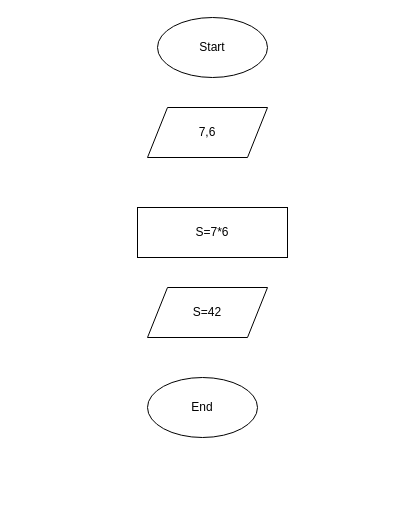
Earlier version of the draw.io diagram page "Page-5" (5 of 5) of Untitled Diagram.drawio (RaminIskhanov/First). Source tidied: cells renumbered, new cells numbered last; positions are measured from the earlier drawing's top-left corner, leaving out a move shared by most shapes. Both pictures are drawn from the tidied source at 100%, with x=0, y=0 at pixel (137, 17).
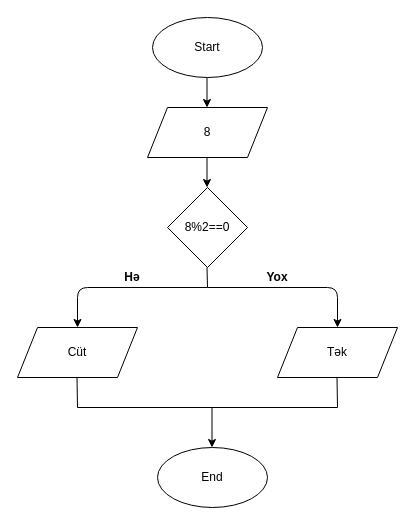
Above is the later version.

What changed in the source:
```diff
@@
     <mxCell id="2" value="Start" style="ellipse;whiteSpace=wrap;html=1;" parent="1" vertex="1">
-      <mxGeometry x="20" width="110" height="60" as="geometry" />
+      <mxGeometry x="15" width="110" height="60" as="geometry" />
     </mxCell>
-    <mxCell id="3" value="7,6" style="shape=parallelogram;perimeter=parallelogramPerimeter;whiteSpace=wrap;html=1;fixedSize=1;" parent="1" vertex="1">
+    <mxCell id="3" value="8" style="shape=parallelogram;perimeter=parallelogramPerimeter;whiteSpace=wrap;html=1;fixedSize=1;" parent="1" vertex="1">
       <mxGeometry x="10" y="90" width="120" height="50" as="geometry" />
     </mxCell>
-    <mxCell id="4" value="S=7*6" style="rounded=0;whiteSpace=wrap;html=1;" parent="1" vertex="1">
-      <mxGeometry y="190" width="150" height="50" as="geometry" />
-    </mxCell>
-    <mxCell id="5" value="S=42" style="shape=parallelogram;perimeter=parallelogramPerimeter;whiteSpace=wrap;html=1;fixedSize=1;" parent="1" vertex="1">
-      <mxGeometry x="10" y="270" width="120" height="50" as="geometry" />
+    <mxCell id="5" value="Tək" style="shape=parallelogram;perimeter=parallelogramPerimeter;whiteSpace=wrap;html=1;fixedSize=1;" parent="1" vertex="1">
+      <mxGeometry x="140" y="310" width="120" height="50" as="geometry" />
     </mxCell>
     <mxCell id="6" value="End" style="ellipse;whiteSpace=wrap;html=1;" parent="1" vertex="1">
-      <mxGeometry x="10" y="360" width="110" height="60" as="geometry" />
+      <mxGeometry x="20" y="430" width="110" height="60" as="geometry" />
     </mxCell>
+    <mxCell id="7" value="8%2==0" style="rhombus;whiteSpace=wrap;html=1;" parent="1" vertex="1">
+      <mxGeometry x="30" y="170" width="80" height="80" as="geometry" />
+    </mxCell>
+    <mxCell id="8" style="endArrow=none;html=1;" parent="1" edge="1">
+      <mxGeometry relative="1" as="geometry">
+        <mxPoint x="70" y="270" as="sourcePoint" />
+        <mxPoint x="69.5" y="250" as="targetPoint" />
+      </mxGeometry>
+    </mxCell>
+    <mxCell id="9" value="Cüt" style="shape=parallelogram;perimeter=parallelogramPerimeter;whiteSpace=wrap;html=1;fixedSize=1;" parent="1" vertex="1">
+      <mxGeometry x="-120" y="310" width="120" height="50" as="geometry" />
+    </mxCell>
+    <mxCell id="10" style="endArrow=classic;html=1;" parent="1" edge="1">
+      <mxGeometry relative="1" as="geometry">
+        <mxPoint x="70" y="270" as="sourcePoint" />
+        <mxPoint x="-60" y="310" as="targetPoint" />
+        <Array as="points">
+          <mxPoint x="-60" y="270" />
+        </Array>
+      </mxGeometry>
+    </mxCell>
+    <mxCell id="11" style="endArrow=classic;html=1;" parent="1" edge="1">
+      <mxGeometry relative="1" as="geometry">
+        <mxPoint x="70" y="270" as="sourcePoint" />
+        <mxPoint x="200" y="310" as="targetPoint" />
+        <Array as="points">
+          <mxPoint x="200" y="270" />
+        </Array>
+      </mxGeometry>
+    </mxCell>
+    <mxCell id="12" style="endArrow=none;html=1;" parent="1" edge="1">
+      <mxGeometry relative="1" as="geometry">
+        <mxPoint x="-60" y="390" as="sourcePoint" />
+        <mxPoint x="-60.5" y="360" as="targetPoint" />
+      </mxGeometry>
+    </mxCell>
+    <mxCell id="13" style="endArrow=none;html=1;" parent="1" edge="1">
+      <mxGeometry relative="1" as="geometry">
+        <mxPoint x="-60" y="390" as="sourcePoint" />
+        <mxPoint x="200" y="390" as="targetPoint" />
+      </mxGeometry>
+    </mxCell>
+    <mxCell id="14" style="endArrow=none;html=1;" parent="1" edge="1">
+      <mxGeometry relative="1" as="geometry">
+        <mxPoint x="200" y="390" as="sourcePoint" />
+        <mxPoint x="199.5" y="360" as="targetPoint" />
+      </mxGeometry>
+    </mxCell>
+    <mxCell id="15" style="endArrow=classic;html=1;" parent="1" edge="1">
+      <mxGeometry relative="1" as="geometry">
+        <mxPoint x="74.5" y="390" as="sourcePoint" />
+        <mxPoint x="74.5" y="430" as="targetPoint" />
+      </mxGeometry>
+    </mxCell>
+    <mxCell id="16" style="endArrow=classic;html=1;" parent="1" edge="1">
+      <mxGeometry relative="1" as="geometry">
+        <mxPoint x="69.5" y="140" as="sourcePoint" />
+        <mxPoint x="69.5" y="170" as="targetPoint" />
+      </mxGeometry>
+    </mxCell>
+    <mxCell id="17" style="endArrow=classic;html=1;" parent="1" edge="1">
+      <mxGeometry relative="1" as="geometry">
+        <mxPoint x="69.5" y="60" as="sourcePoint" />
+        <mxPoint x="69.5" y="90" as="targetPoint" />
+      </mxGeometry>
+    </mxCell>
+    <mxCell id="18" value="&lt;b&gt;Yox&lt;/b&gt;" style="text;html=1;strokeColor=none;fillColor=none;align=center;verticalAlign=middle;whiteSpace=wrap;rounded=0;" parent="1" vertex="1">
+      <mxGeometry x="120" y="250" width="40" height="20" as="geometry" />
+    </mxCell>
+    <mxCell id="19" value="&lt;b&gt;Hə&lt;/b&gt;" style="text;html=1;strokeColor=none;fillColor=none;align=center;verticalAlign=middle;whiteSpace=wrap;rounded=0;" parent="1" vertex="1">
+      <mxGeometry x="-25" y="250" width="40" height="20" as="geometry" />
+    </mxCell>
```
